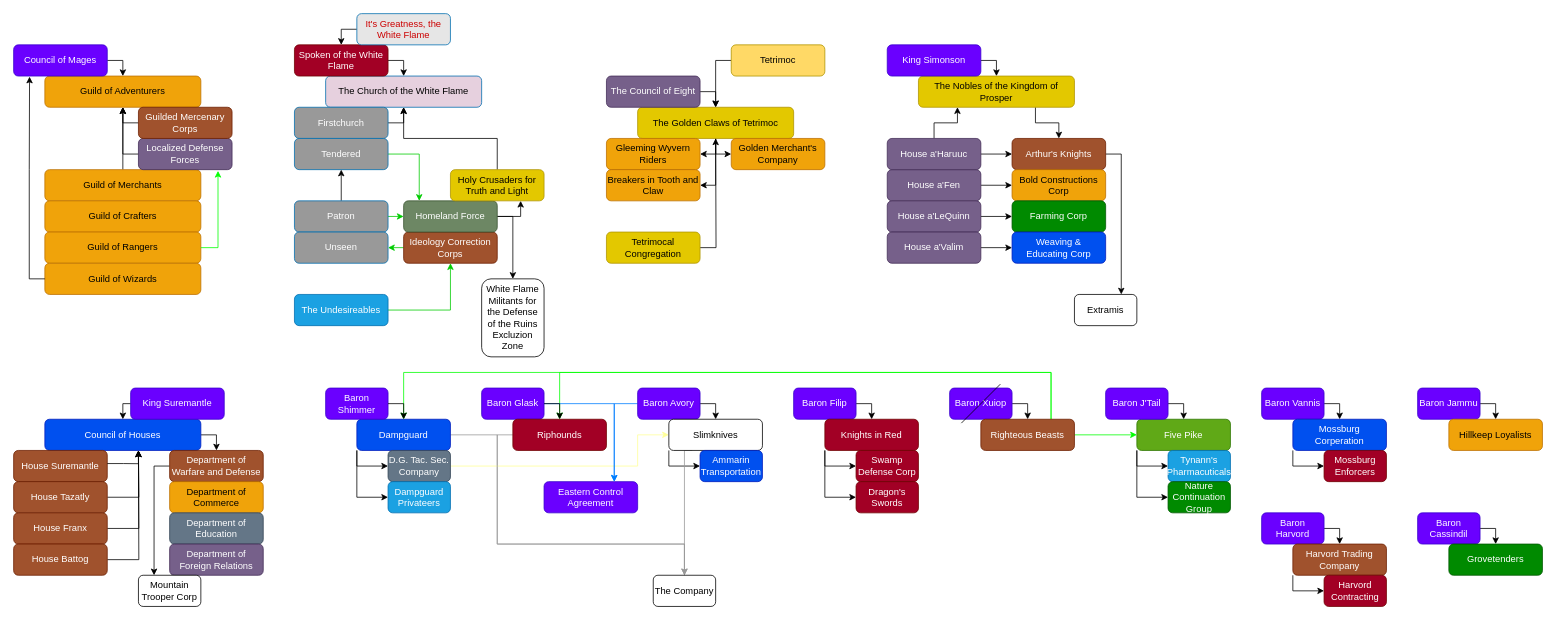
Above: MEDIA/SUPP/alatermenianStructures.drawio in craftingcity/The-Known-World (draw.io), before the change. Source tidied: cells renumbered, new cells numbered last; positions are measured from the earlier drawing's top-left corner, leaving out a move shared by most shapes. Both pictures are drawn from the tidied source at 78%, with x=0, y=0 at pixel (13, 13).
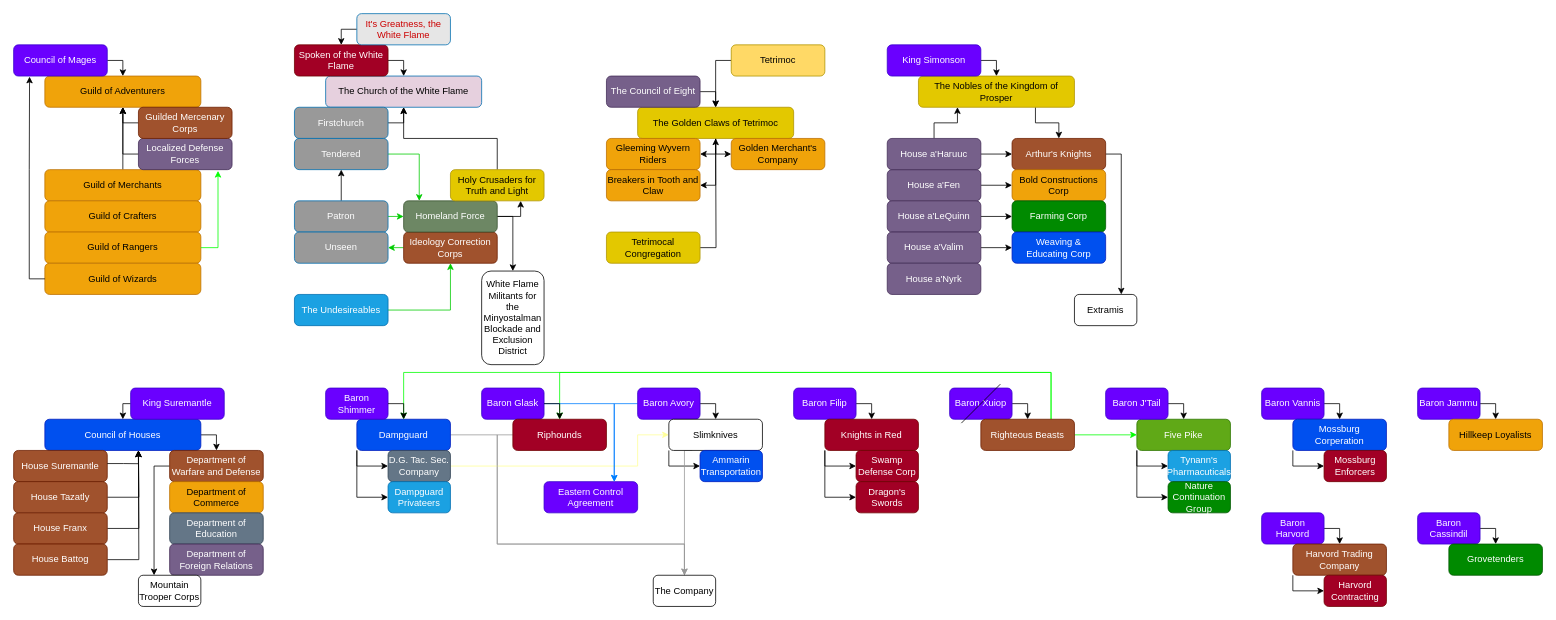
Above is the later version.

Diff of the diagram source:
```diff
@@
-    <mxCell id="91" value="Mountain Trooper Corp" style="rounded=1;whiteSpace=wrap;html=1;" parent="1" vertex="1">
+    <mxCell id="91" value="Mountain Trooper Corps" style="rounded=1;whiteSpace=wrap;html=1;" parent="1" vertex="1">
       <mxGeometry x="160" y="720" width="80" height="40" as="geometry" />
     </mxCell>
@@
-    <mxCell id="142" value="White Flame Militants for the Defense of the Ruins Excluzion Zone" style="rounded=1;whiteSpace=wrap;html=1;" parent="1" vertex="1">
-      <mxGeometry x="600" y="340" width="80" height="100" as="geometry" />
+    <mxCell id="142" value="White Flame Militants for the Minyostalman Blockade and Exclusion District" style="rounded=1;whiteSpace=wrap;html=1;" parent="1" vertex="1">
+      <mxGeometry x="600" y="330" width="80" height="120" as="geometry" />
     </mxCell>
@@
+    <mxCell id="149" value="House a'Nyrk" style="rounded=1;whiteSpace=wrap;html=1;fillColor=#76608a;fontColor=#ffffff;strokeColor=#432D57;" parent="1" vertex="1">
+      <mxGeometry x="1120" y="320" width="120" height="40" as="geometry" />
+    </mxCell>
```
